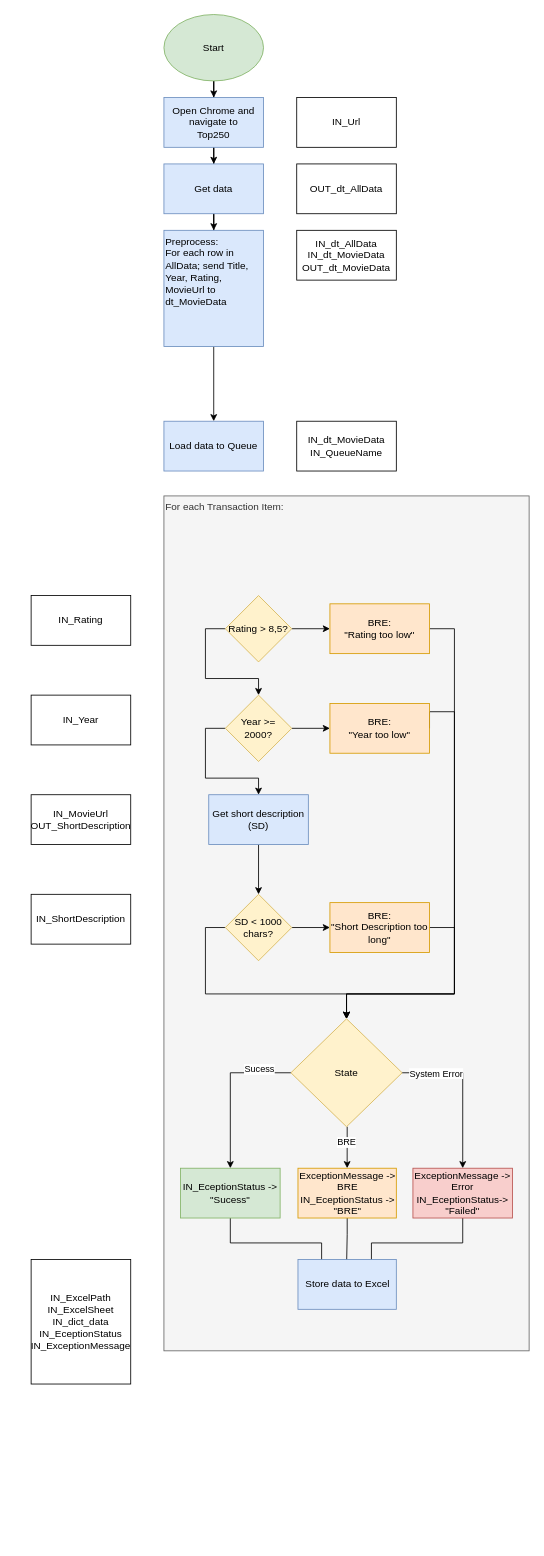
This is RPA2_MovieFinder.drawio from Sighok/hello-world, a draw.io file, before an edit. Source tidied: cells renumbered, new cells numbered last; positions are measured from the earlier drawing's top-left corner, leaving out a move shared by most shapes. Both pictures are drawn from the tidied source at 83%, with x=0, y=0 at pixel (31, 14).
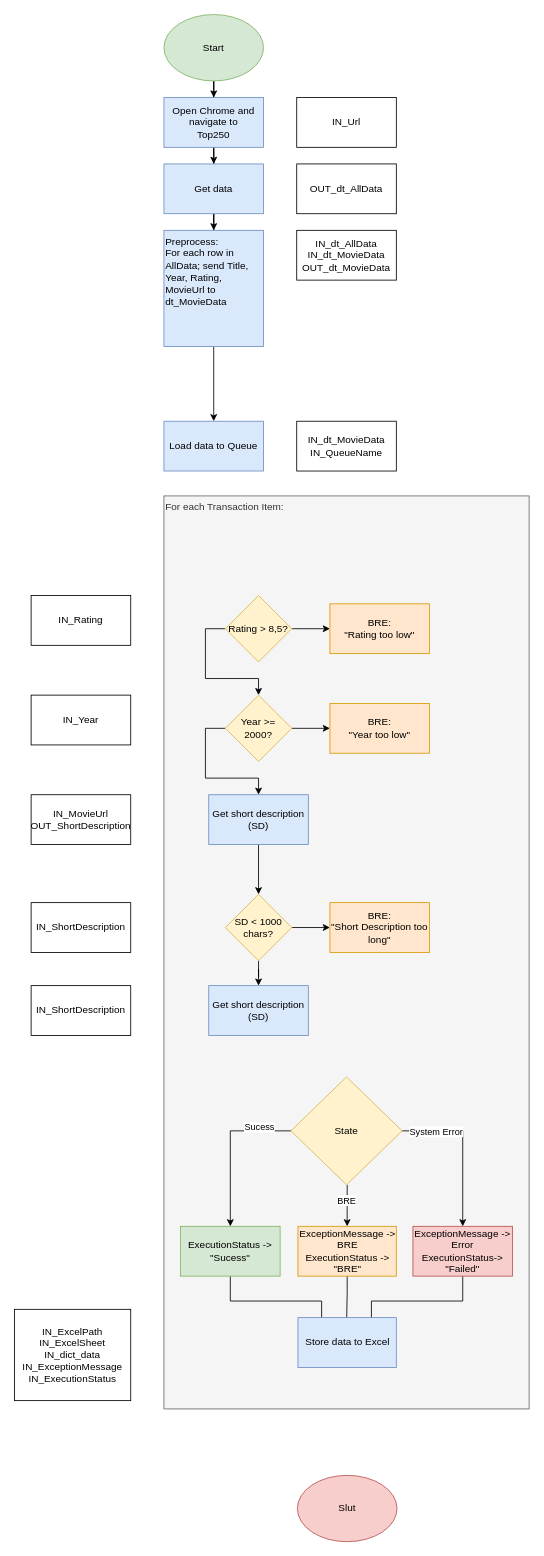
Above is the later version.

The change refers to these unchanged cells:
```xml
<mxCell id="17" value="BRE:&lt;br&gt;&quot;Rating too low&quot;" style="rounded=0;whiteSpace=wrap;html=1;fillColor=#ffe6cc;strokeColor=#d79b00;" parent="1" vertex="1">
  <mxGeometry x="360" y="710" width="120" height="60" as="geometry" />
</mxCell>
<mxCell id="19" value="BRE:&lt;br&gt;&quot;Year too low&quot;" style="rounded=0;whiteSpace=wrap;html=1;fillColor=#ffe6cc;strokeColor=#d79b00;" parent="1" vertex="1">
  <mxGeometry x="360" y="830" width="120" height="60" as="geometry" />
</mxCell>
<mxCell id="21" value="BRE:&lt;br&gt;&quot;Short Description too long&quot;" style="rounded=0;whiteSpace=wrap;html=1;fillColor=#ffe6cc;strokeColor=#d79b00;" parent="1" vertex="1">
  <mxGeometry x="360" y="1070" width="120" height="60" as="geometry" />
</mxCell>
<mxCell id="47" value="SD &amp;lt; 1000 chars?" style="rhombus;whiteSpace=wrap;html=1;fillColor=#fff2cc;strokeColor=#d6b656;" parent="1" vertex="1">
  <mxGeometry x="234" y="1060" width="80" height="80" as="geometry" />
</mxCell>
```

Change to the diagram source:
```diff
@@
     <mxCell id="9" value="For each Transaction Item:" style="rounded=0;whiteSpace=wrap;html=1;verticalAlign=top;align=left;fillColor=#f5f5f5;strokeColor=#666666;fontColor=#333333;" parent="1" vertex="1">
-      <mxGeometry x="160" y="580" width="440" height="1030" as="geometry" />
+      <mxGeometry x="160" y="580" width="440" height="1100" as="geometry" />
     </mxCell>
@@
-    <mxCell id="16" style="edgeStyle=orthogonalEdgeStyle;rounded=0;jettySize=auto;html=1;exitX=1;exitY=0.5;exitDx=0;exitDy=0;entryX=0.5;entryY=0;entryDx=0;entryDy=0;" parent="1" edge="1" source="17" target="34">
-      <mxGeometry relative="1" as="geometry">
-        <Array as="points">
-          <mxPoint x="510" y="740" />
-          <mxPoint x="510" y="1180" />
-          <mxPoint x="380" y="1180" />
-        </Array>
-      </mxGeometry>
-    </mxCell>
@@
-    <mxCell id="18" style="edgeStyle=orthogonalEdgeStyle;rounded=0;jettySize=auto;html=1;exitX=1;exitY=0.5;exitDx=0;exitDy=0;entryX=0.5;entryY=0;entryDx=0;entryDy=0;" parent="1" edge="1" source="19" target="34">
-      <mxGeometry relative="1" as="geometry">
-        <Array as="points">
-          <mxPoint x="480" y="840" />
-          <mxPoint x="510" y="840" />
-          <mxPoint x="510" y="1180" />
-          <mxPoint x="380" y="1180" />
-        </Array>
-      </mxGeometry>
-    </mxCell>
@@
-    <mxCell id="20" style="edgeStyle=orthogonalEdgeStyle;rounded=0;jettySize=auto;html=1;entryX=0.5;entryY=0;entryDx=0;entryDy=0;exitX=1;exitY=0.5;exitDx=0;exitDy=0;" parent="1" edge="1" source="21" target="34">
-      <mxGeometry relative="1" as="geometry">
-        <Array as="points">
-          <mxPoint x="510" y="1100" />
-          <mxPoint x="510" y="1180" />
-          <mxPoint x="380" y="1180" />
-        </Array>
-      </mxGeometry>
-    </mxCell>
@@
     <mxCell id="32" style="edgeStyle=orthogonalEdgeStyle;rounded=0;jettySize=auto;html=1;exitX=0.5;exitY=1;exitDx=0;exitDy=0;entryX=0.5;entryY=0;entryDx=0;entryDy=0;" parent="1" edge="1" source="34" target="36">
       <mxGeometry relative="1" as="geometry">
         <Array as="points">
-          <mxPoint x="380" y="1390" />
+          <mxPoint x="380" y="1460" />
         </Array>
       </mxGeometry>
     </mxCell>
@@
     <mxCell id="34" value="State" style="rhombus;whiteSpace=wrap;html=1;fillColor=#fff2cc;strokeColor=#d6b656;" parent="1" vertex="1">
-      <mxGeometry x="313" y="1210" width="134" height="130" as="geometry" />
+      <mxGeometry x="313" y="1280" width="134" height="130" as="geometry" />
     </mxCell>
     <mxCell id="35" style="edgeStyle=orthogonalEdgeStyle;rounded=0;jettySize=auto;html=1;" parent="1" edge="1" source="36">
       <mxGeometry relative="1" as="geometry">
-        <mxPoint x="380" y="1510" as="targetPoint" />
+        <mxPoint x="380" y="1580" as="targetPoint" />
         <Array as="points">
-          <mxPoint x="380" y="1470" />
-          <mxPoint x="380" y="1470" />
+          <mxPoint x="380" y="1540" />
+          <mxPoint x="380" y="1540" />
         </Array>
       </mxGeometry>
     </mxCell>
-    <mxCell id="36" value="ExceptionMessage&amp;nbsp;-&amp;gt; BRE&lt;br style=&quot;border-color: var(--border-color);&quot;&gt;IN_EceptionStatus&amp;nbsp;-&amp;gt; &quot;BRE&quot;" style="rounded=0;whiteSpace=wrap;html=1;fillColor=#ffe6cc;strokeColor=#d79b00;" parent="1" vertex="1">
-      <mxGeometry x="321.5" y="1390" width="118.5" height="60" as="geometry" />
+    <mxCell id="36" value="ExceptionMessage&amp;nbsp;-&amp;gt; BRE&lt;br style=&quot;border-color: var(--border-color);&quot;&gt;ExecutionStatus&amp;nbsp;-&amp;gt; &quot;BRE&quot;" style="rounded=0;whiteSpace=wrap;html=1;fillColor=#ffe6cc;strokeColor=#d79b00;" parent="1" vertex="1">
+      <mxGeometry x="321.5" y="1460" width="118.5" height="60" as="geometry" />
     </mxCell>
     <mxCell id="37" style="edgeStyle=orthogonalEdgeStyle;rounded=0;jettySize=auto;html=1;" parent="1" edge="1" source="38">
       <mxGeometry relative="1" as="geometry">
-        <mxPoint x="410" y="1510" as="targetPoint" />
+        <mxPoint x="410" y="1580" as="targetPoint" />
         <Array as="points">
-          <mxPoint x="520" y="1480" />
-          <mxPoint x="410" y="1480" />
+          <mxPoint x="520" y="1550" />
+          <mxPoint x="410" y="1550" />
         </Array>
       </mxGeometry>
     </mxCell>
-    <mxCell id="38" value="ExceptionMessage&amp;nbsp;-&amp;gt; Error&lt;br style=&quot;border-color: var(--border-color);&quot;&gt;IN_EceptionStatus-&amp;gt; &quot;Failed&quot;" style="rounded=0;whiteSpace=wrap;html=1;fillColor=#f8cecc;strokeColor=#b85450;" parent="1" vertex="1">
-      <mxGeometry x="460" y="1390" width="120" height="60" as="geometry" />
+    <mxCell id="38" value="ExceptionMessage&amp;nbsp;-&amp;gt; Error&lt;br style=&quot;border-color: var(--border-color);&quot;&gt;ExecutionStatus-&amp;gt; &quot;Failed&quot;" style="rounded=0;whiteSpace=wrap;html=1;fillColor=#f8cecc;strokeColor=#b85450;" parent="1" vertex="1">
+      <mxGeometry x="460" y="1460" width="120" height="60" as="geometry" />
     </mxCell>
     <mxCell id="39" style="edgeStyle=orthogonalEdgeStyle;rounded=0;jettySize=auto;html=1;" parent="1" edge="1" source="40">
       <mxGeometry relative="1" as="geometry">
-        <mxPoint x="350" y="1510" as="targetPoint" />
+        <mxPoint x="350" y="1580" as="targetPoint" />
         <Array as="points">
-          <mxPoint x="240" y="1480" />
-          <mxPoint x="350" y="1480" />
+          <mxPoint x="240" y="1550" />
+          <mxPoint x="350" y="1550" />
         </Array>
       </mxGeometry>
     </mxCell>
-    <mxCell id="40" value="IN_EceptionStatus -&amp;gt; &quot;Sucess&quot;" style="rounded=0;whiteSpace=wrap;html=1;fillColor=#d5e8d4;strokeColor=#82b366;" parent="1" vertex="1">
-      <mxGeometry x="180" y="1390" width="120" height="60" as="geometry" />
+    <mxCell id="40" value="ExecutionStatus -&amp;gt; &quot;Sucess&quot;" style="rounded=0;whiteSpace=wrap;html=1;fillColor=#d5e8d4;strokeColor=#82b366;" parent="1" vertex="1">
+      <mxGeometry x="180" y="1460" width="120" height="60" as="geometry" />
     </mxCell>
     <mxCell id="41" value="Store data to Excel" style="rounded=0;whiteSpace=wrap;html=1;fillColor=#dae8fc;strokeColor=#6c8ebf;" parent="1" vertex="1">
-      <mxGeometry x="321.5" y="1500" width="118.5" height="60" as="geometry" />
+      <mxGeometry x="321.5" y="1570" width="118.5" height="60" as="geometry" />
     </mxCell>
@@
-    <mxCell id="46" style="edgeStyle=orthogonalEdgeStyle;rounded=0;jettySize=auto;html=1;entryX=0.5;entryY=0;entryDx=0;entryDy=0;exitX=0;exitY=0.5;exitDx=0;exitDy=0;" parent="1" edge="1" source="47" target="34">
-      <mxGeometry relative="1" as="geometry">
-        <Array as="points">
-          <mxPoint x="210" y="1100" />
-          <mxPoint x="210" y="1180" />
-          <mxPoint x="380" y="1180" />
-        </Array>
-      </mxGeometry>
-    </mxCell>
+    <mxCell id="52" style="edgeStyle=orthogonalEdgeStyle;rounded=0;jettySize=auto;html=1;" parent="1" edge="1" source="47" target="53">
+      <mxGeometry relative="1" as="geometry" />
+    </mxCell>
@@
     <mxCell id="48" value="IN_ShortDescription" style="rounded=0;whiteSpace=wrap;html=1;" parent="1" vertex="1">
-      <mxGeometry y="1060" width="120" height="60" as="geometry" />
+      <mxGeometry y="1070" width="120" height="60" as="geometry" />
     </mxCell>
@@
-    <mxCell id="51" value="IN_ExcelPath&lt;br&gt;IN_ExcelSheet&lt;br&gt;IN_dict_data&lt;br&gt;IN_EceptionStatus&lt;br&gt;IN_ExceptionMessage" style="rounded=0;whiteSpace=wrap;html=1;" parent="1" vertex="1">
-      <mxGeometry y="1500" width="120" height="150" as="geometry" />
+    <mxCell id="51" value="IN_ExcelPath&lt;br&gt;IN_ExcelSheet&lt;br&gt;IN_dict_data&lt;br&gt;IN_ExceptionMessage&lt;br&gt;IN_ExecutionStatus" style="rounded=0;whiteSpace=wrap;html=1;" parent="1" vertex="1">
+      <mxGeometry x="-20" y="1560" width="140" height="110" as="geometry" />
     </mxCell>
+    <mxCell id="53" value="Get short description (SD)" style="rounded=0;whiteSpace=wrap;html=1;fillColor=#dae8fc;strokeColor=#6c8ebf;" parent="1" vertex="1">
+      <mxGeometry x="214" y="1170" width="120" height="60" as="geometry" />
+    </mxCell>
+    <mxCell id="54" value="IN_ShortDescription" style="rounded=0;whiteSpace=wrap;html=1;" parent="1" vertex="1">
+      <mxGeometry y="1170" width="120" height="60" as="geometry" />
+    </mxCell>
+    <mxCell id="55" value="Slut" style="ellipse;whiteSpace=wrap;html=1;fillColor=#f8cecc;strokeColor=#b85450;" parent="1" vertex="1">
+      <mxGeometry x="320.8" y="1760" width="120" height="80" as="geometry" />
+    </mxCell>
```
